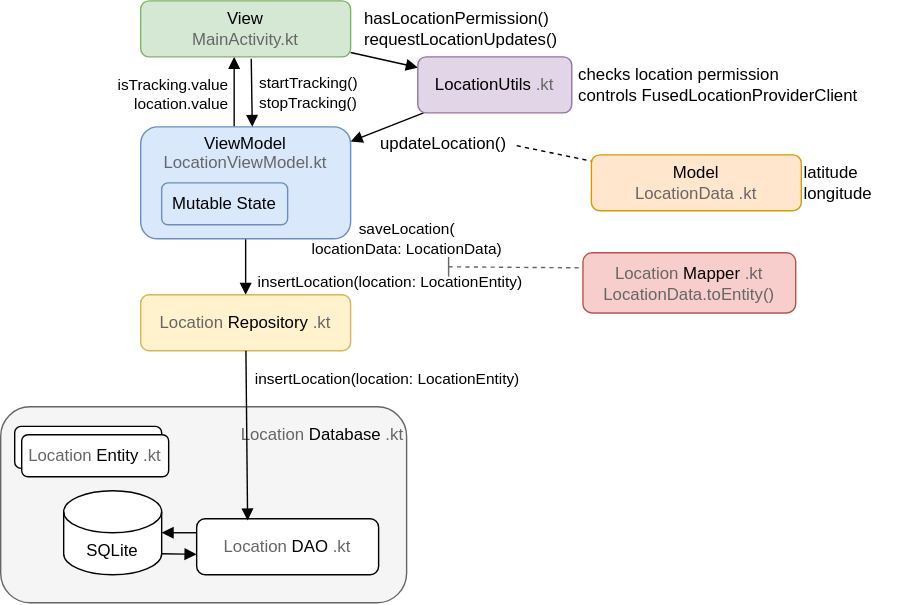
Before: app-architecture.drawio.svg, a diagram exported from draw.io (lchristmann/Tracker). Source tidied: cells renumbered, new cells last; positions are measured from the earlier drawing's top-left corner, leaving out a move shared by most shapes.
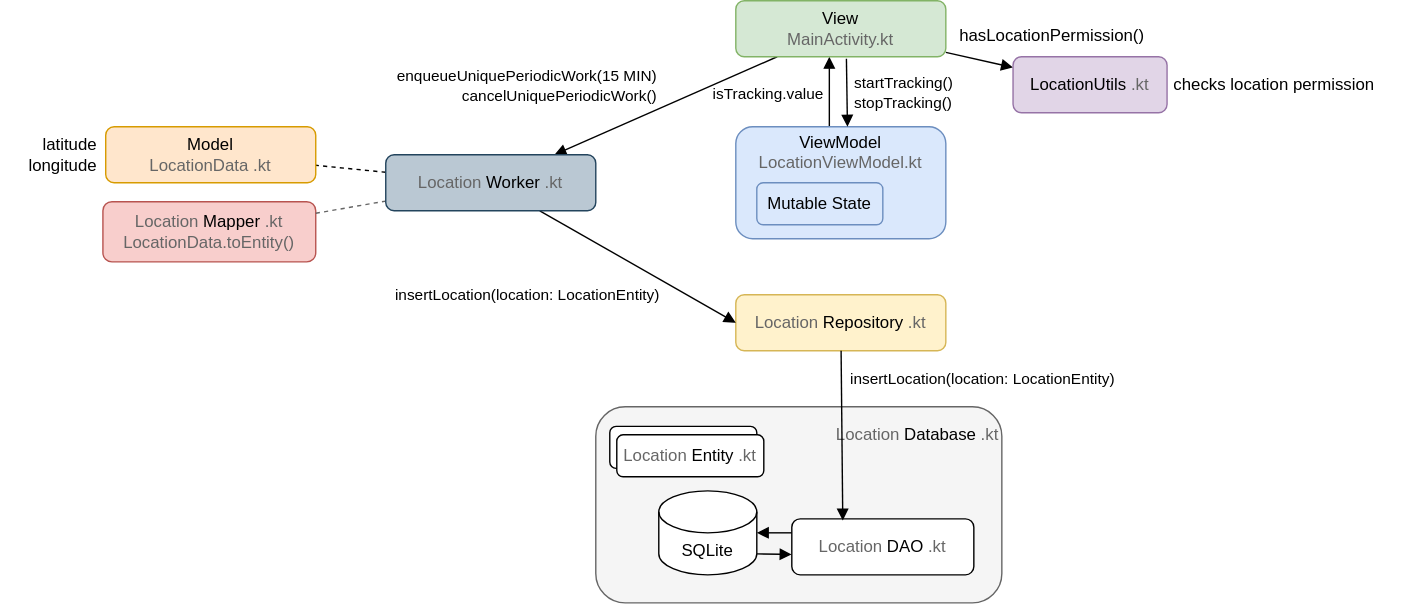
After the change.

Change to the diagram source:
```diff
@@ -8,7 +8,7 @@
         <mxPoint x="166.8" y="40" as="targetPoint" />
       </mxGeometry>
     </mxCell>
-    <mxCell id="3" value="isTracking.value&lt;div&gt;location.value&lt;/div&gt;" style="edgeLabel;html=1;align=right;verticalAlign=middle;" parent="2" vertex="1">
+    <mxCell id="3" value="isTracking.value" style="edgeLabel;html=1;align=right;verticalAlign=middle;" parent="2" vertex="1">
       <mxGeometry x="-0.18" y="-2" relative="1" as="geometry">
         <mxPoint x="-6" y="-3" as="offset" />
       </mxGeometry>
@@ -21,23 +21,20 @@
     <mxCell id="5" style="edgeStyle=none;html=1;endArrow=block;endFill=1;" parent="1" edge="1" source="6" target="8">
       <mxGeometry relative="1" as="geometry" />
     </mxCell>
+    <mxCell id="35" style="edgeStyle=none;html=1;endArrow=block;endFill=1;" parent="1" edge="1" source="6" target="38">
+      <mxGeometry relative="1" as="geometry" />
+    </mxCell>
+    <mxCell id="36" value="enqueueUniquePeriodicWork(15 MIN)&lt;div&gt;cancelUniquePeriodicWork()&lt;/div&gt;" style="edgeLabel;html=1;align=right;verticalAlign=middle;" parent="35" vertex="1">
+      <mxGeometry x="-0.02" y="-1" relative="1" as="geometry">
+        <mxPoint x="-7" y="-13" as="offset" />
+      </mxGeometry>
+    </mxCell>
     <mxCell id="6" value="View&lt;div&gt;&lt;font style=&quot;color: rgb(102, 102, 102);&quot;&gt;MainActivity.kt&lt;/font&gt;&lt;/div&gt;" style="rounded=1;whiteSpace=wrap;html=1;fillColor=#d5e8d4;strokeColor=#82b366;" parent="1" vertex="1">
       <mxGeometry x="100" width="150" height="40" as="geometry" />
     </mxCell>
-    <mxCell id="7" style="edgeStyle=none;html=1;endArrow=block;endFill=1;" parent="1" edge="1" source="8" target="11">
-      <mxGeometry relative="1" as="geometry" />
-    </mxCell>
     <mxCell id="8" value="LocationUtils&lt;font style=&quot;color: rgb(102, 102, 102);&quot;&gt;.kt&lt;/font&gt;" style="rounded=1;whiteSpace=wrap;html=1;fillColor=#e1d5e7;strokeColor=#9673a6;" parent="1" vertex="1">
       <mxGeometry x="298" y="40" width="110" height="40" as="geometry" />
     </mxCell>
-    <mxCell id="9" style="edgeStyle=none;html=1;endArrow=block;endFill=1;" parent="1" edge="1" source="11" target="12">
-      <mxGeometry relative="1" as="geometry" />
-    </mxCell>
-    <mxCell id="10" value="saveLocation(&lt;div&gt;locationData: LocationData)&lt;/div&gt;" style="edgeLabel;html=1;align=center;verticalAlign=middle;" parent="9" vertex="1">
-      <mxGeometry x="-0.21" y="-1" relative="1" as="geometry">
-        <mxPoint x="116" y="-16" as="offset" />
-      </mxGeometry>
-    </mxCell>
     <mxCell id="11" value="ViewModel&lt;div&gt;&lt;font style=&quot;color: rgb(102, 102, 102);&quot;&gt;LocationViewModel.kt&lt;/font&gt;&lt;/div&gt;&lt;div&gt;&lt;br&gt;&lt;/div&gt;&lt;div&gt;&lt;br&gt;&lt;/div&gt;&lt;div&gt;&lt;br&gt;&lt;/div&gt;" style="rounded=1;whiteSpace=wrap;html=1;fillColor=#dae8fc;strokeColor=#6c8ebf;" parent="1" vertex="1">
       <mxGeometry x="100" y="90" width="150" height="80" as="geometry" />
     </mxCell>
@@ -70,7 +67,7 @@
     </mxCell>
     <mxCell id="21" value="insertLocation(location: LocationEntity)" style="edgeLabel;html=1;align=center;verticalAlign=middle;" parent="20" vertex="1">
       <mxGeometry x="-0.66" relative="1" as="geometry">
-        <mxPoint x="102" y="-70" as="offset" />
+        <mxPoint x="-225" y="-61" as="offset" />
       </mxGeometry>
     </mxCell>
     <mxCell id="22" value="insertLocation(location: LocationEntity)" style="edgeLabel;html=1;align=center;verticalAlign=middle;" parent="20" vertex="1">
@@ -81,14 +78,14 @@
     <mxCell id="23" value="Mutable State" style="rounded=1;whiteSpace=wrap;html=1;fillColor=#dae8fc;strokeColor=#6c8ebf;" parent="1" vertex="1">
       <mxGeometry x="115" y="130" width="90" height="30" as="geometry" />
     </mxCell>
-    <mxCell id="24" style="edgeStyle=none;html=1;dashed=1;endArrow=none;endFill=0;exitX=0.978;exitY=0.548;exitDx=0;exitDy=0;exitPerimeter=0;" parent="1" edge="1" source="33" target="29">
+    <mxCell id="24" style="edgeStyle=none;html=1;dashed=1;endArrow=none;endFill=0;" parent="1" edge="1" source="38" target="29">
       <mxGeometry relative="1" as="geometry" />
     </mxCell>
-    <mxCell id="25" value="hasLocationPermission()&lt;br&gt;&lt;div&gt;requestLocationUpdates()&lt;/div&gt;" style="text;html=1;align=left;verticalAlign=middle;strokeColor=none;fillColor=none;fontColor=#000000;" parent="1" vertex="1">
-      <mxGeometry x="258" width="160" height="40" as="geometry" />
+    <mxCell id="25" value="hasLocationPermission()" style="text;html=1;align=left;verticalAlign=middle;strokeColor=none;fillColor=none;fontColor=#000000;" parent="1" vertex="1">
+      <mxGeometry x="258" y="10" width="160" height="30" as="geometry" />
     </mxCell>
-    <mxCell id="26" value="checks location permission&lt;div&gt;controls FusedLocationProviderClient&lt;/div&gt;" style="text;html=1;align=left;verticalAlign=middle;strokeColor=none;fillColor=none;" parent="1" vertex="1">
-      <mxGeometry x="411" y="40" width="220" height="40" as="geometry" />
+    <mxCell id="26" value="checks location permission" style="text;html=1;align=left;verticalAlign=middle;strokeColor=none;fillColor=none;" parent="1" vertex="1">
+      <mxGeometry x="411" y="45" width="170" height="30" as="geometry" />
     </mxCell>
     <mxCell id="27" style="edgeStyle=none;html=1;" parent="1" edge="1" target="13">
       <mxGeometry relative="1" as="geometry">
@@ -96,15 +93,13 @@
       </mxGeometry>
     </mxCell>
     <mxCell id="28" value="&lt;font style=&quot;color: rgb(102, 102, 102);&quot;&gt;Location&lt;/font&gt;Mapper&lt;font style=&quot;color: rgb(102, 102, 102);&quot;&gt;.kt&lt;/font&gt;&lt;div&gt;&lt;font style=&quot;color: rgb(102, 102, 102);&quot;&gt;LocationData.toEntity()&lt;/font&gt;&lt;/div&gt;" style="rounded=1;whiteSpace=wrap;html=1;fillColor=#f8cecc;strokeColor=#b85450;" parent="1" vertex="1">
-      <mxGeometry x="416" y="180" width="152" height="43" as="geometry" />
+      <mxGeometry x="-352" y="143.5" width="152" height="43" as="geometry" />
     </mxCell>
     <mxCell id="29" value="&lt;div&gt;&lt;font style=&quot;color: rgb(0, 0, 0);&quot;&gt;Model&lt;/font&gt;&lt;/div&gt;&lt;font style=&quot;color: rgb(102, 102, 102);&quot;&gt;LocationData&lt;/font&gt;&lt;span style=&quot;background-color: transparent;&quot;&gt;&lt;font style=&quot;color: rgb(102, 102, 102);&quot;&gt;.kt&lt;/font&gt;&lt;/span&gt;" style="rounded=1;whiteSpace=wrap;html=1;fillColor=#ffe6cc;strokeColor=#d79b00;" parent="1" vertex="1">
-      <mxGeometry x="422" y="110" width="150" height="40" as="geometry" />
+      <mxGeometry x="-350" y="90" width="150" height="40" as="geometry" />
     </mxCell>
-    <mxCell id="30" style="endArrow=none;dashed=1;html=1;fillColor=#f5f5f5;strokeColor=#666666;entryX=0;entryY=0.25;entryDx=0;entryDy=0;" parent="1" edge="1" target="28">
-      <mxGeometry relative="1" as="geometry">
-        <mxPoint x="320" y="190" as="sourcePoint" />
-      </mxGeometry>
+    <mxCell id="30" style="endArrow=none;dashed=1;html=1;fillColor=#f5f5f5;strokeColor=#666666;" parent="1" edge="1" source="28" target="38">
+      <mxGeometry relative="1" as="geometry" />
     </mxCell>
     <mxCell id="31" style="edgeStyle=none;html=1;entryX=0.507;entryY=-0.017;entryDx=0;entryDy=0;entryPerimeter=0;endArrow=block;endFill=1;" parent="1" edge="1">
       <mxGeometry relative="1" as="geometry">
@@ -112,17 +107,14 @@
         <mxPoint x="179.7" y="90" as="targetPoint" />
       </mxGeometry>
     </mxCell>
-    <mxCell id="32" value="latitude&lt;div&gt;longitude&lt;/div&gt;" style="text;html=1;align=left;verticalAlign=middle;strokeColor=none;fillColor=none;" parent="1" vertex="1">
-      <mxGeometry x="572" y="110" width="70" height="40" as="geometry" />
+    <mxCell id="32" value="latitude&lt;div&gt;longitude&lt;/div&gt;" style="text;html=1;align=right;verticalAlign=middle;strokeColor=none;fillColor=none;" parent="1" vertex="1">
+      <mxGeometry x="-425" y="90" width="70" height="40" as="geometry" />
     </mxCell>
-    <mxCell id="33" value="updateLocation()" style="text;html=1;align=center;verticalAlign=middle;points=[];strokeColor=none;fillColor=none;" parent="1" vertex="1">
-      <mxGeometry x="261" y="87" width="110" height="30" as="geometry" />
-    </mxCell>
-    <mxCell id="34" style="endArrow=none;html=1;fillColor=#f5f5f5;strokeColor=#666666;endFill=0;" parent="1" edge="1">
-      <mxGeometry relative="1" as="geometry">
-        <mxPoint x="320" y="183" as="sourcePoint" />
-        <mxPoint x="320" y="197" as="targetPoint" />
-      </mxGeometry>
-    </mxCell>
+    <mxCell id="37" style="edgeStyle=none;html=1;entryX=0;entryY=0.5;entryDx=0;entryDy=0;endArrow=block;endFill=1;" parent="1" edge="1" source="38" target="12">
+      <mxGeometry relative="1" as="geometry" />
+    </mxCell>
+    <mxCell id="38" value="&lt;font style=&quot;color: rgb(102, 102, 102);&quot;&gt;Location&lt;/font&gt;&lt;font style=&quot;color: rgb(0, 0, 0);&quot;&gt;Worker&lt;/font&gt;&lt;font style=&quot;color: rgb(102, 102, 102);&quot;&gt;.kt&lt;/font&gt;" style="rounded=1;whiteSpace=wrap;html=1;fillColor=#bac8d3;strokeColor=#23445d;" parent="1" vertex="1">
+      <mxGeometry x="-150" y="110" width="150" height="40" as="geometry" />
+    </mxCell>
   </root>
 </mxGraphModel>
```
